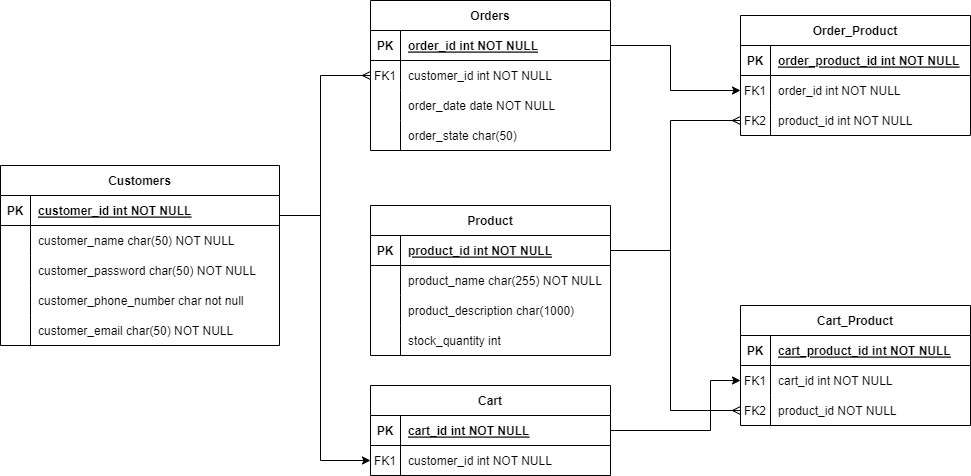
Jonggae/market keeps this draw.io diagram as market_ERD.png. Above is the earlier version. Source tidied: cells renumbered, new cells last; positions are measured from the earlier drawing's top-left corner, leaving out a move shared by most shapes.
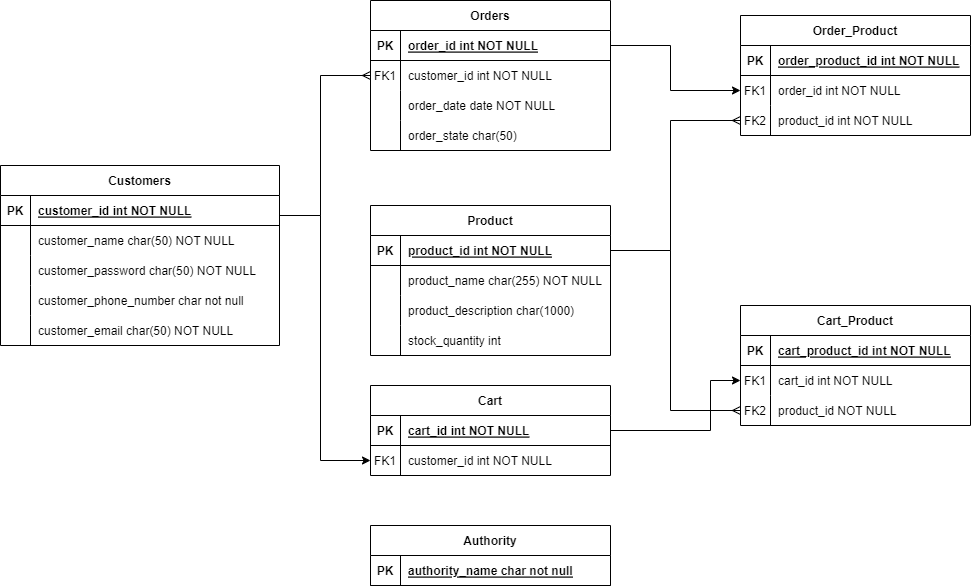
The same file after the commit.

Diff of the diagram source:
```diff
@@ -260,5 +260,17 @@
         </Array>
       </mxGeometry>
     </mxCell>
+    <mxCell id="77" value="Authority" style="shape=table;startSize=30;rowLines=0;fontStyle=1;align=center;" parent="1" vertex="1">
+      <mxGeometry x="370" y="525" width="240" height="60" as="geometry" />
+    </mxCell>
+    <mxCell id="78" style="shape=partialRectangle;fillColor=none;top=0;left=0;right=0;bottom=1;" parent="77" vertex="1">
+      <mxGeometry y="30" width="240" height="30" as="geometry" />
+    </mxCell>
+    <mxCell id="79" value="PK" style="shape=partialRectangle;overflow=hidden;fillColor=none;top=0;left=0;bottom=0;right=0;fontStyle=1;" parent="78" vertex="1">
+      <mxGeometry width="30" height="30" as="geometry" />
+    </mxCell>
+    <mxCell id="80" value="authority_name char not null" style="shape=partialRectangle;overflow=hidden;fillColor=none;top=0;left=0;bottom=0;right=0;align=left;spacingLeft=6;fontStyle=5;" parent="78" vertex="1">
+      <mxGeometry x="30" width="210" height="30" as="geometry" />
+    </mxCell>
   </root>
 </mxGraphModel>
```
